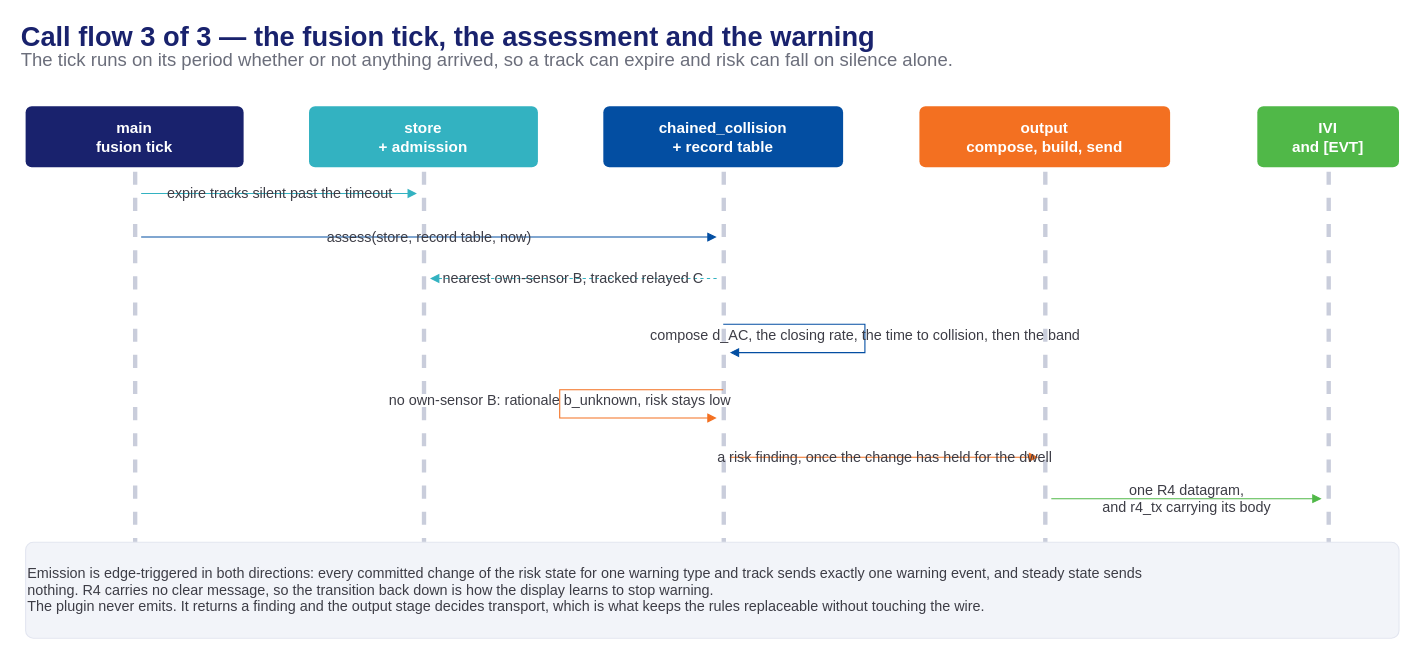
The draw.io diagram presentation/assets/phase2-4-ada-callflow-3.drawio in mnpham2101/FPT-Hackathon2026, before the edit. Source tidied: cells renumbered, new cells numbered last; positions are measured from the earlier drawing's top-left corner, leaving out a move shared by most shapes. Both pictures are drawn from the tidied source at 109%, with x=0, y=0 at pixel (19, 23).
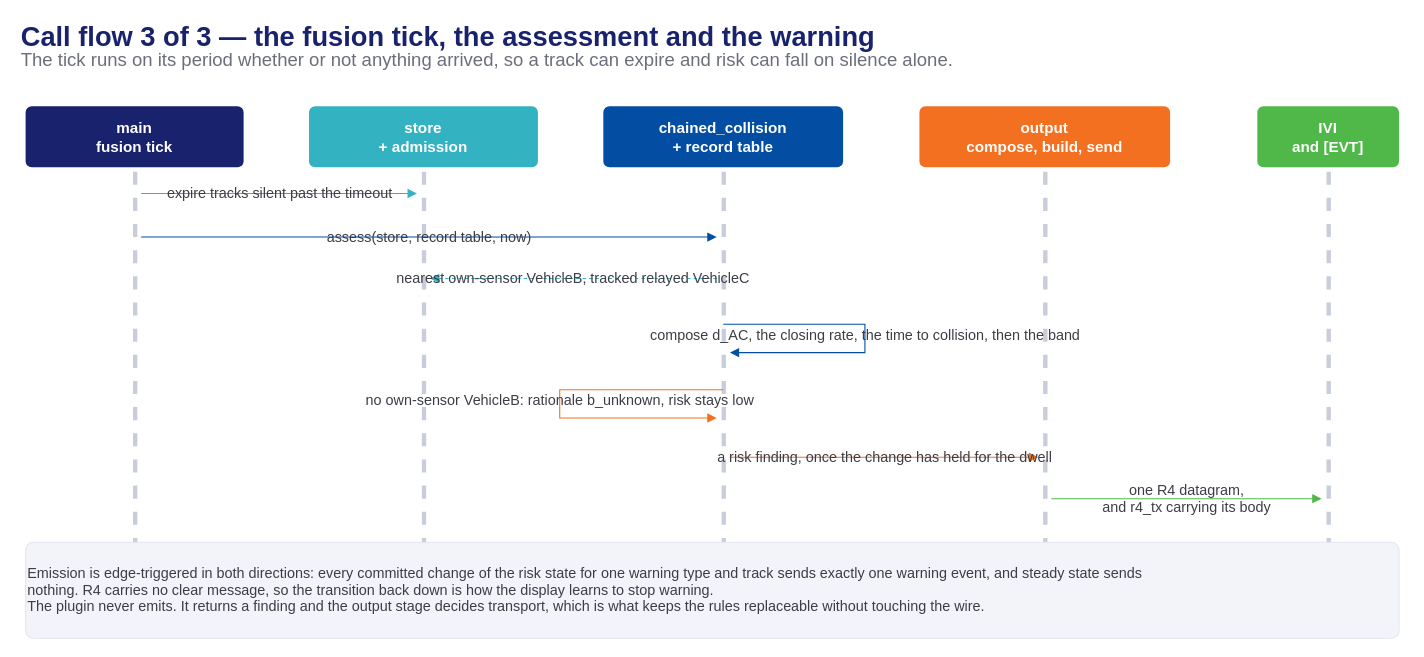
The same diagram, later.

What changed in the source:
```diff
@@
-    <mxCell id="16" value="nearest own-sensor B, tracked relayed C" style="html=1;endArrow=block;endFill=1;strokeColor=#33B2C1;edgeStyle=orthogonalEdgeStyle;rounded=0;fontSize=13.2;fontColor=#3d3d46;labelBackgroundColor=none;dashed=1;" parent="1" edge="1">
+    <mxCell id="16" value="nearest own-sensor VehicleB, tracked relayed VehicleC" style="html=1;endArrow=block;endFill=1;strokeColor=#33B2C1;edgeStyle=orthogonalEdgeStyle;rounded=0;fontSize=13.2;fontColor=#3d3d46;labelBackgroundColor=none;dashed=1;" parent="1" edge="1">
       <mxGeometry relative="1" as="geometry">
         <mxPoint x="640" y="234" as="sourcePoint" />
         <mxPoint x="377" y="234" as="targetPoint" />
       </mxGeometry>
     </mxCell>
@@
-    <mxCell id="18" value="no own-sensor B: rationale b_unknown, risk stays low" style="html=1;endArrow=block;endFill=1;strokeColor=#F37021;edgeStyle=orthogonalEdgeStyle;rounded=0;fontSize=13.2;fontColor=#3d3d46;labelBackgroundColor=none;" parent="1" edge="1">
+    <mxCell id="18" value="no own-sensor VehicleB: rationale b_unknown, risk stays low" style="html=1;endArrow=block;endFill=1;strokeColor=#F37021;edgeStyle=orthogonalEdgeStyle;rounded=0;fontSize=13.2;fontColor=#3d3d46;labelBackgroundColor=none;" parent="1" edge="1">
       <mxGeometry relative="1" as="geometry">
         <mxPoint x="646" y="336" as="sourcePoint" />
         <mxPoint x="640" y="362" as="targetPoint" />
         <Array as="points">
           <mxPoint x="496" y="336" />
           <mxPoint x="496" y="362" />
         </Array>
       </mxGeometry>
     </mxCell>
```
